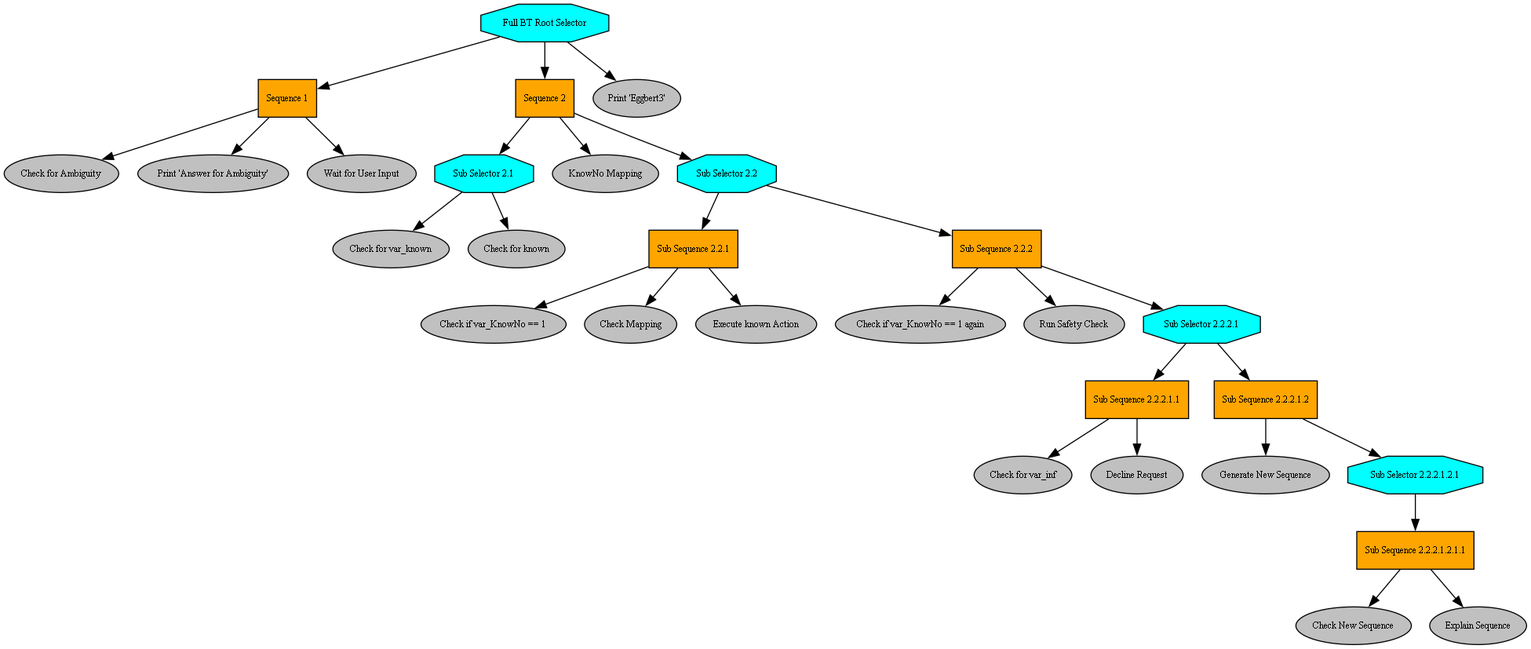
Above: BT_Framework/full_bt_root_selector.png in 1Eggbert7/BT_LLM (Graphviz), before the change. Its source is kept beside it as BT_Framework/full_bt_root_selector.dot.
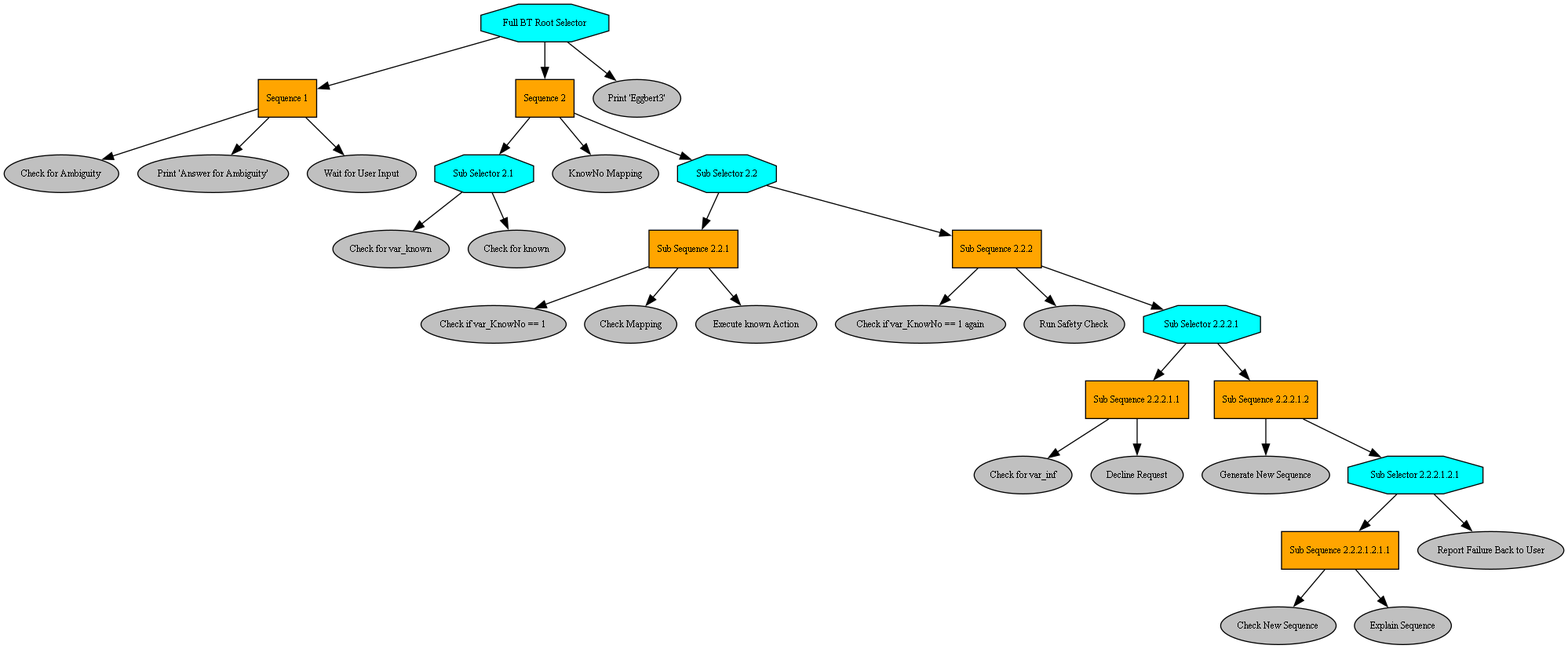
The same diagram one commit later.

Diff of the diagram source:
```diff
@@ -58,6 +58,8 @@
 "Sub Sequence 2.2.2.1.2.1.1" -> "Check New Sequence";
 "Explain Sequence" [fillcolor=gray, fontcolor=black, fontsize=9, label="Explain Sequence", shape=ellipse, style=filled];
 "Sub Sequence 2.2.2.1.2.1.1" -> "Explain Sequence";
+"Report Failure Back to User" [fillcolor=gray, fontcolor=black, fontsize=9, label="Report Failure Back to User", shape=ellipse, style=filled];
+"Sub Selector 2.2.2.1.2.1" -> "Report Failure Back to User";
 "Print 'Eggbert3'" [fillcolor=gray, fontcolor=black, fontsize=9, label="Print 'Eggbert3'", shape=ellipse, style=filled];
 "Full BT Root Selector" -> "Print 'Eggbert3'";
 }
```
